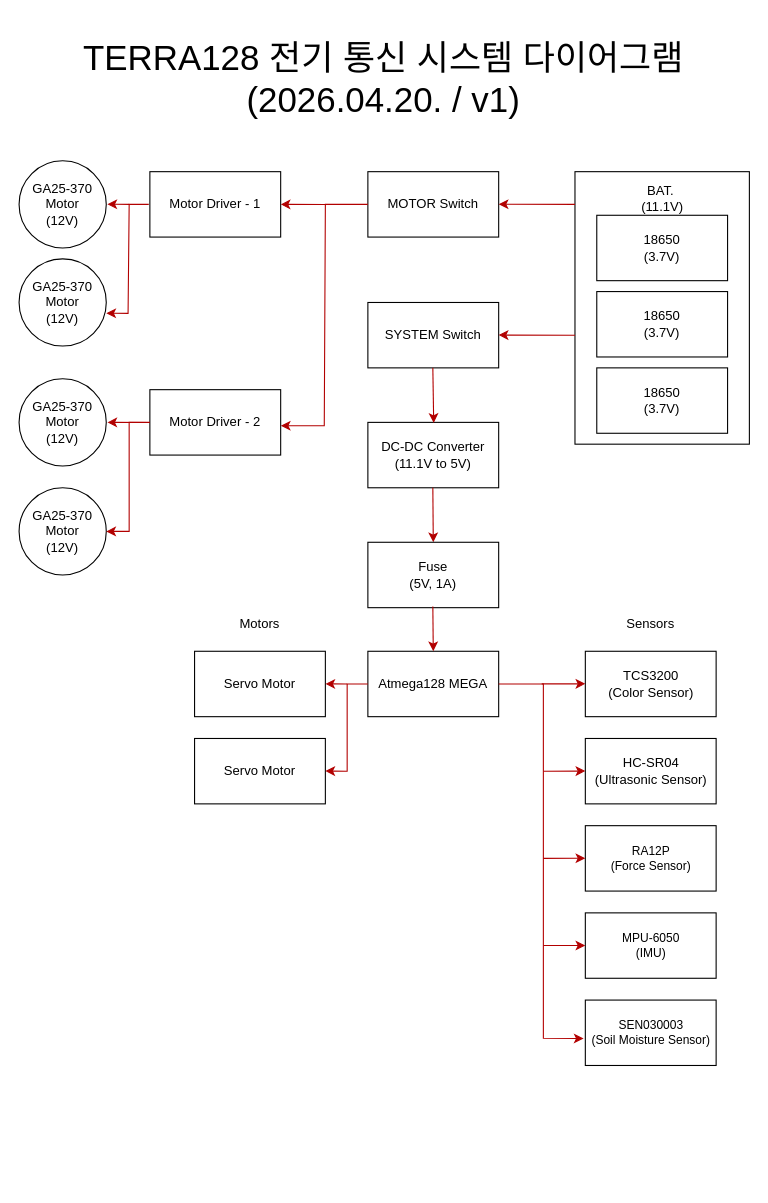
TERRA128/system-architecture keeps this draw.io diagram as architecture/Electronic_Communication_System_Diagram.drawio. Above is the earlier version. Source tidied: cells renumbered, new cells numbered last; positions are measured from the earlier drawing's top-left corner, leaving out a move shared by most shapes. Both pictures are drawn from the tidied source at 109%, with x=0, y=0 at pixel (19, 19).
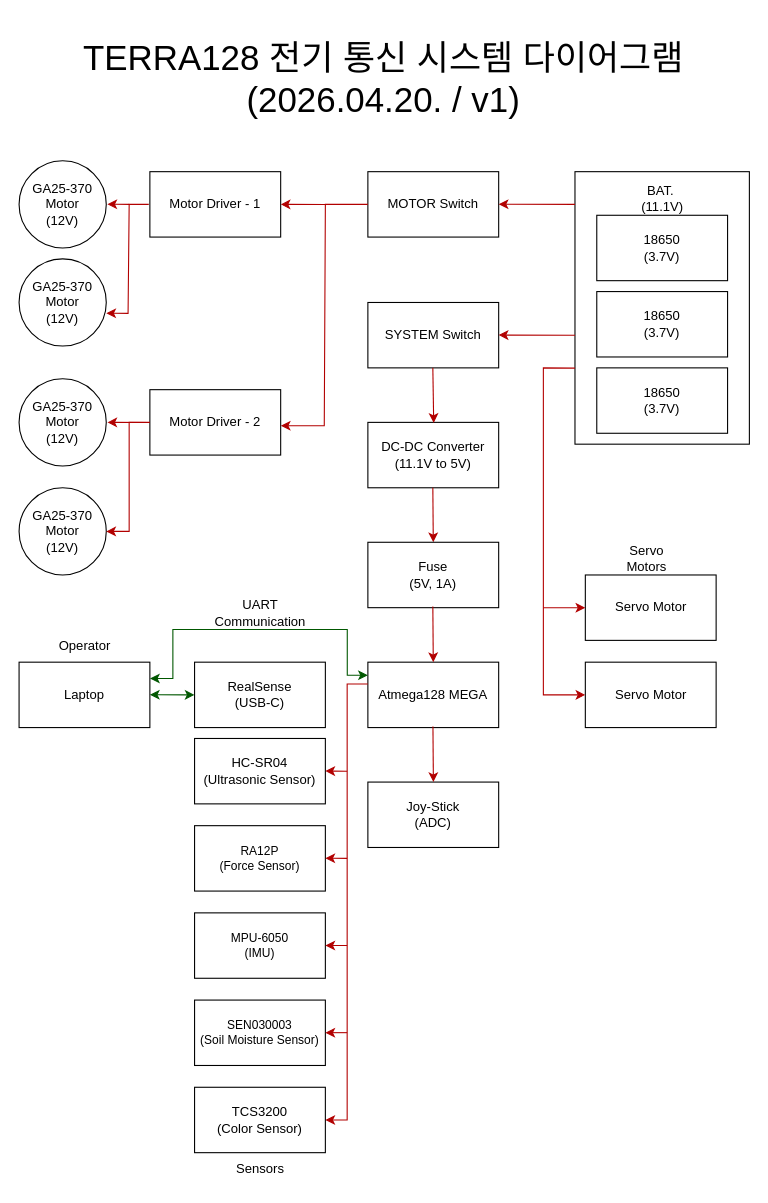
The same diagram, later.

Commit message:
:memo: Update: Architecture

Change to the diagram source:
```diff
@@
     <mxCell id="15" value="Atmega128 MEGA" style="rounded=0;whiteSpace=wrap;html=1;" parent="1" vertex="1">
-      <mxGeometry x="320" y="580" width="120" height="60" as="geometry" />
+      <mxGeometry x="320" y="590" width="120" height="60" as="geometry" />
     </mxCell>
     <mxCell id="16" value="Servo Motor" style="rounded=0;whiteSpace=wrap;html=1;" parent="1" vertex="1">
-      <mxGeometry x="161" y="580" width="120" height="60" as="geometry" />
+      <mxGeometry x="519.5" y="510" width="120" height="60" as="geometry" />
     </mxCell>
-    <mxCell id="17" value="TCS3200&lt;div&gt;(Color Sensor)&lt;/div&gt;" style="rounded=0;whiteSpace=wrap;html=1;" parent="1" vertex="1">
-      <mxGeometry x="519.5" y="580" width="120" height="60" as="geometry" />
-    </mxCell>
@@
     <mxCell id="27" value="HC-SR04&lt;div&gt;(Ultrasonic Sensor)&lt;/div&gt;" style="rounded=0;whiteSpace=wrap;html=1;" parent="1" vertex="1">
-      <mxGeometry x="519.5" y="660" width="120" height="60" as="geometry" />
+      <mxGeometry x="161" y="660" width="120" height="60" as="geometry" />
     </mxCell>
     <mxCell id="28" value="SEN030003&lt;div&gt;(Soil Moisture Sensor)&lt;/div&gt;" style="rounded=0;whiteSpace=wrap;html=1;fontSize=11;" parent="1" vertex="1">
-      <mxGeometry x="519.5" y="900" width="120" height="60" as="geometry" />
+      <mxGeometry x="161" y="900" width="120" height="60" as="geometry" />
     </mxCell>
     <mxCell id="29" value="RA12P&lt;div&gt;(Force Sensor)&lt;/div&gt;" style="rounded=0;whiteSpace=wrap;html=1;fontSize=11;" parent="1" vertex="1">
-      <mxGeometry x="519.5" y="740" width="120" height="60" as="geometry" />
+      <mxGeometry x="161" y="740" width="120" height="60" as="geometry" />
     </mxCell>
     <mxCell id="30" value="MPU-6050&lt;div&gt;(IMU)&lt;/div&gt;" style="rounded=0;whiteSpace=wrap;html=1;fontSize=11;" parent="1" vertex="1">
-      <mxGeometry x="519.5" y="820" width="120" height="60" as="geometry" />
+      <mxGeometry x="161" y="820" width="120" height="60" as="geometry" />
     </mxCell>
-    <mxCell id="31" style="endArrow=classic;html=1;rounded=0;fontColor=light-dark(#000000,#FF3333);fillColor=#e51400;strokeColor=light-dark(#B20000,#FF0000);entryX=-0.013;entryY=0.589;entryDx=0;entryDy=0;entryPerimeter=0;" parent="1" edge="1" target="28">
+    <mxCell id="31" style="endArrow=classic;html=1;rounded=0;fontColor=light-dark(#000000,#FF3333);fillColor=#e51400;strokeColor=light-dark(#B20000,#FF0000);entryX=1;entryY=0.5;entryDx=0;entryDy=0;exitX=0;exitY=0.333;exitDx=0;exitDy=0;exitPerimeter=0;" parent="1" edge="1" source="15" target="17">
       <mxGeometry relative="1" as="geometry">
-        <mxPoint x="440" y="610" as="sourcePoint" />
         <Array as="points">
-          <mxPoint x="481" y="610" />
-          <mxPoint x="481" y="645" />
-          <mxPoint x="481" y="935" />
+          <mxPoint x="301" y="610" />
+          <mxPoint x="301" y="1010" />
         </Array>
       </mxGeometry>
     </mxCell>
-    <mxCell id="32" style="endArrow=classic;html=1;rounded=0;fontColor=light-dark(#000000,#FF3333);fillColor=#e51400;strokeColor=light-dark(#B20000,#FF0000);entryX=0;entryY=0.5;entryDx=0;entryDy=0;" parent="1" edge="1">
-      <mxGeometry relative="1" as="geometry">
-        <mxPoint x="479.5" y="609.9" as="sourcePoint" />
-        <mxPoint x="519.5" y="609.9" as="targetPoint" />
-      </mxGeometry>
-    </mxCell>
-    <mxCell id="33" style="endArrow=classic;html=1;rounded=0;fontColor=light-dark(#000000,#FF3333);fillColor=#e51400;strokeColor=light-dark(#B20000,#FF0000);entryX=0;entryY=0.5;entryDx=0;entryDy=0;" parent="1" edge="1">
-      <mxGeometry relative="1" as="geometry">
-        <mxPoint x="481" y="690" as="sourcePoint" />
-        <mxPoint x="519.5" y="689.9" as="targetPoint" />
-      </mxGeometry>
-    </mxCell>
-    <mxCell id="34" style="endArrow=classic;html=1;rounded=0;fontColor=light-dark(#000000,#FF3333);fillColor=#e51400;strokeColor=light-dark(#B20000,#FF0000);entryX=0;entryY=0.5;entryDx=0;entryDy=0;" parent="1" edge="1">
-      <mxGeometry relative="1" as="geometry">
-        <mxPoint x="481" y="770" as="sourcePoint" />
-        <mxPoint x="519.5" y="769.9" as="targetPoint" />
-      </mxGeometry>
-    </mxCell>
-    <mxCell id="35" style="endArrow=classic;html=1;rounded=0;fontColor=light-dark(#000000,#FF3333);fillColor=#e51400;strokeColor=light-dark(#B20000,#FF0000);entryX=0;entryY=0.5;entryDx=0;entryDy=0;" parent="1" edge="1">
-      <mxGeometry relative="1" as="geometry">
-        <mxPoint x="481" y="850" as="sourcePoint" />
-        <mxPoint x="519.5" y="849.9" as="targetPoint" />
-      </mxGeometry>
-    </mxCell>
     <mxCell id="36" value="Sensors" style="text;html=1;whiteSpace=wrap;strokeColor=none;fillColor=none;align=center;verticalAlign=middle;rounded=0;" parent="1" vertex="1">
-      <mxGeometry x="530" y="540" width="99" height="30" as="geometry" />
+      <mxGeometry x="171.5" y="1040" width="99" height="30" as="geometry" />
     </mxCell>
-    <mxCell id="37" value="Motors" style="text;html=1;whiteSpace=wrap;strokeColor=none;fillColor=none;align=center;verticalAlign=middle;rounded=0;" parent="1" vertex="1">
-      <mxGeometry x="186" y="540" width="70" height="30" as="geometry" />
+    <mxCell id="37" value="Servo Motors" style="text;html=1;whiteSpace=wrap;strokeColor=none;fillColor=none;align=center;verticalAlign=middle;rounded=0;" parent="1" vertex="1">
+      <mxGeometry x="540.5" y="480" width="70" height="30" as="geometry" />
     </mxCell>
     <mxCell id="38" value="Servo Motor" style="rounded=0;whiteSpace=wrap;html=1;" parent="1" vertex="1">
-      <mxGeometry x="161" y="660" width="120" height="60" as="geometry" />
+      <mxGeometry x="519.5" y="590" width="120" height="60" as="geometry" />
     </mxCell>
-    <mxCell id="39" style="endArrow=classic;html=1;rounded=0;fontColor=light-dark(#000000,#FF3333);fillColor=#e51400;strokeColor=light-dark(#B20000,#FF0000);entryX=0;entryY=0.5;entryDx=0;entryDy=0;exitX=0;exitY=0.5;exitDx=0;exitDy=0;" parent="1" edge="1" source="15">
-      <mxGeometry relative="1" as="geometry">
-        <mxPoint x="281" y="689.9" as="targetPoint" />
-        <Array as="points">
-          <mxPoint x="301" y="610" />
-          <mxPoint x="301" y="690" />
-        </Array>
-      </mxGeometry>
-    </mxCell>
-    <mxCell id="40" style="endArrow=classic;html=1;rounded=0;fontColor=light-dark(#000000,#FF3333);fillColor=#e51400;strokeColor=light-dark(#B20000,#FF0000);entryX=0;entryY=0.5;entryDx=0;entryDy=0;" parent="1" edge="1">
-      <mxGeometry relative="1" as="geometry">
-        <mxPoint x="301" y="610" as="sourcePoint" />
-        <mxPoint x="281" y="609.9" as="targetPoint" />
-      </mxGeometry>
-    </mxCell>
@@
-    <mxCell id="45" style="endArrow=classic;html=1;rounded=0;fontColor=light-dark(#000000,#FF3333);fillColor=#e51400;strokeColor=light-dark(#B20000,#FF0000);" parent="1" edge="1">
+    <mxCell id="45" style="endArrow=classic;html=1;rounded=0;fontColor=light-dark(#000000,#FF3333);fillColor=#e51400;strokeColor=light-dark(#B20000,#FF0000);entryX=0.5;entryY=0;entryDx=0;entryDy=0;" parent="1" edge="1" target="15">
       <mxGeometry relative="1" as="geometry">
         <mxPoint x="379.6" y="539" as="sourcePoint" />
-        <mxPoint x="380" y="580" as="targetPoint" />
       </mxGeometry>
     </mxCell>
+    <mxCell id="46" style="endArrow=classic;html=1;rounded=0;fontColor=light-dark(#000000,#FF3333);fillColor=#e51400;strokeColor=light-dark(#B20000,#FF0000);entryX=1;entryY=0.333;entryDx=0;entryDy=0;entryPerimeter=0;" parent="1" edge="1">
+      <mxGeometry relative="1" as="geometry">
+        <mxPoint x="301" y="850" as="sourcePoint" />
+        <mxPoint x="281" y="849.9" as="targetPoint" />
+      </mxGeometry>
+    </mxCell>
+    <mxCell id="47" style="endArrow=classic;html=1;rounded=0;fontColor=light-dark(#000000,#FF3333);fillColor=#e51400;strokeColor=light-dark(#B20000,#FF0000);entryX=1;entryY=0.333;entryDx=0;entryDy=0;entryPerimeter=0;" parent="1" edge="1">
+      <mxGeometry relative="1" as="geometry">
+        <mxPoint x="301" y="770" as="sourcePoint" />
+        <mxPoint x="281" y="769.9" as="targetPoint" />
+      </mxGeometry>
+    </mxCell>
+    <mxCell id="48" style="endArrow=classic;html=1;rounded=0;fontColor=light-dark(#000000,#FF3333);fillColor=#e51400;strokeColor=light-dark(#B20000,#FF0000);entryX=1;entryY=0.333;entryDx=0;entryDy=0;entryPerimeter=0;" parent="1" edge="1">
+      <mxGeometry relative="1" as="geometry">
+        <mxPoint x="301" y="690" as="sourcePoint" />
+        <mxPoint x="281" y="689.9" as="targetPoint" />
+      </mxGeometry>
+    </mxCell>
+    <mxCell id="49" value="Joy-Stick&lt;div&gt;(ADC)&lt;/div&gt;" style="rounded=0;whiteSpace=wrap;html=1;" parent="1" vertex="1">
+      <mxGeometry x="320" y="700" width="120" height="60" as="geometry" />
+    </mxCell>
+    <mxCell id="50" value="Laptop" style="rounded=0;whiteSpace=wrap;html=1;" parent="1" vertex="1">
+      <mxGeometry y="590" width="120" height="60" as="geometry" />
+    </mxCell>
+    <mxCell id="51" value="Operator" style="text;html=1;whiteSpace=wrap;strokeColor=none;fillColor=none;align=center;verticalAlign=middle;rounded=0;" parent="1" vertex="1">
+      <mxGeometry x="10.5" y="560" width="99" height="30" as="geometry" />
+    </mxCell>
+    <mxCell id="17" value="TCS3200&lt;div&gt;(Color Sensor)&lt;/div&gt;" style="rounded=0;whiteSpace=wrap;html=1;" parent="1" vertex="1">
+      <mxGeometry x="161" y="980" width="120" height="60" as="geometry" />
+    </mxCell>
+    <mxCell id="52" value="RealSense&lt;div&gt;(USB-C)&lt;/div&gt;" style="rounded=0;whiteSpace=wrap;html=1;" parent="1" vertex="1">
+      <mxGeometry x="161" y="590" width="120" height="60" as="geometry" />
+    </mxCell>
+    <mxCell id="53" style="endArrow=classic;html=1;rounded=0;fontColor=light-dark(#000000,#FF3333);fillColor=#008a00;strokeColor=#005700;entryX=1;entryY=0.333;entryDx=0;entryDy=0;entryPerimeter=0;exitX=0;exitY=0.5;exitDx=0;exitDy=0;startArrow=classic;startFill=1;" parent="1" edge="1" source="52">
+      <mxGeometry relative="1" as="geometry">
+        <mxPoint x="120" y="619.9" as="targetPoint" />
+      </mxGeometry>
+    </mxCell>
+    <mxCell id="54" style="endArrow=classic;html=1;rounded=0;fontColor=light-dark(#000000,#FF3333);fillColor=#008a00;strokeColor=#005700;exitX=-0.001;exitY=0.199;exitDx=0;exitDy=0;exitPerimeter=0;entryX=1;entryY=0.25;entryDx=0;entryDy=0;startArrow=classic;startFill=1;" parent="1" edge="1">
+      <mxGeometry relative="1" as="geometry">
+        <mxPoint x="320" y="601.9" as="sourcePoint" />
+        <mxPoint x="120.1" y="605" as="targetPoint" />
+        <Array as="points">
+          <mxPoint x="301.1" y="602" />
+          <mxPoint x="301.1" y="560" />
+          <mxPoint x="141.1" y="560" />
+          <mxPoint x="141.1" y="605" />
+        </Array>
+      </mxGeometry>
+    </mxCell>
+    <mxCell id="55" value="UART&lt;div&gt;Communication&lt;/div&gt;" style="text;html=1;whiteSpace=wrap;strokeColor=none;fillColor=none;align=center;verticalAlign=middle;rounded=0;" parent="1" vertex="1">
+      <mxGeometry x="171.5" y="530" width="99" height="30" as="geometry" />
+    </mxCell>
+    <mxCell id="56" style="endArrow=classic;html=1;rounded=0;fontColor=light-dark(#000000,#FF3333);fillColor=#e51400;strokeColor=light-dark(#B20000,#FF0000);entryX=0;entryY=0.5;entryDx=0;entryDy=0;" parent="1" edge="1" target="38">
+      <mxGeometry relative="1" as="geometry">
+        <mxPoint x="510" y="320.2" as="sourcePoint" />
+        <Array as="points">
+          <mxPoint x="481" y="320" />
+          <mxPoint x="481" y="460" />
+          <mxPoint x="481" y="620" />
+        </Array>
+      </mxGeometry>
+    </mxCell>
+    <mxCell id="57" style="endArrow=classic;html=1;rounded=0;fontColor=light-dark(#000000,#FF3333);fillColor=#e51400;strokeColor=light-dark(#B20000,#FF0000);entryX=0;entryY=0.5;entryDx=0;entryDy=0;" parent="1" edge="1" target="16">
+      <mxGeometry relative="1" as="geometry">
+        <mxPoint x="481" y="540" as="sourcePoint" />
+      </mxGeometry>
+    </mxCell>
+    <mxCell id="58" style="endArrow=classic;html=1;rounded=0;fontColor=light-dark(#000000,#FF3333);fillColor=#e51400;strokeColor=light-dark(#B20000,#FF0000);entryX=1;entryY=0.333;entryDx=0;entryDy=0;entryPerimeter=0;" parent="1" edge="1">
+      <mxGeometry relative="1" as="geometry">
+        <mxPoint x="301" y="929.9" as="sourcePoint" />
+        <mxPoint x="281" y="929.9" as="targetPoint" />
+      </mxGeometry>
+    </mxCell>
+    <mxCell id="59" style="endArrow=classic;html=1;rounded=0;fontColor=light-dark(#000000,#FF3333);fillColor=#e51400;strokeColor=light-dark(#B20000,#FF0000);entryX=0.5;entryY=0;entryDx=0;entryDy=0;" parent="1" edge="1">
+      <mxGeometry relative="1" as="geometry">
+        <mxPoint x="379.7" y="649" as="sourcePoint" />
+        <mxPoint x="380.1" y="700" as="targetPoint" />
+      </mxGeometry>
+    </mxCell>
```
